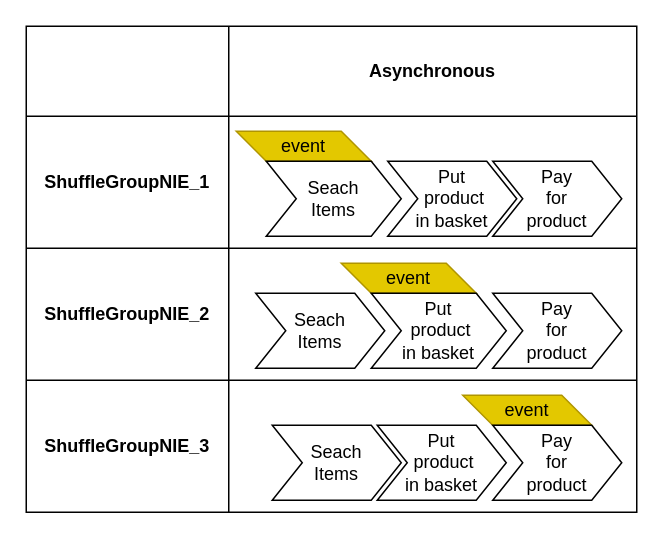
Before: page "NIE Shuffled" (9 of 12) of diagrams/Phased Article.drawio in baubakg/phased-test-demo, a draw.io diagram. Source tidied: cells renumbered, new cells numbered last; positions are measured from the earlier drawing's top-left corner, leaving out a move shared by most shapes. Both pictures are drawn from the tidied source at 150%, with x=0, y=0 at pixel (26, 26).
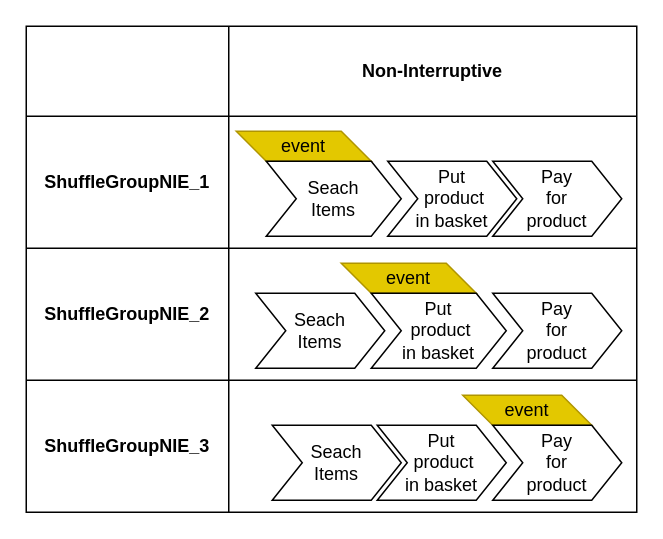
The same diagram, later.

The change refers to these unchanged cells:
```xml
<mxCell id="3" style="shape=partialRectangle;html=1;whiteSpace=wrap;fillColor=none;top=0;left=0;bottom=0;right=0;" parent="2" vertex="1">
  <mxGeometry width="407" height="60" as="geometry" />
</mxCell>
```

Change to the diagram source:
```diff
@@
-    <mxCell id="2" style="shape=table;html=1;whiteSpace=wrap;startSize=0;childLayout=tableLayout;" parent="1" vertex="1">
+    <mxCell id="2" style="shape=table;html=1;whiteSpace=wrap;startSize=0;childLayout=tableLayout;fillColor=none;" parent="1" vertex="1">
       <mxGeometry width="407" height="324" as="geometry" />
     </mxCell>
@@
-    <mxCell id="5" value="&lt;span style=&quot;font-weight: 700&quot;&gt;Asynchronous&lt;/span&gt;" style="shape=partialRectangle;html=1;whiteSpace=wrap;overflow=hidden;fillColor=none;top=0;left=0;bottom=0;right=0;" parent="3" vertex="1">
+    <mxCell id="5" value="&lt;span style=&quot;font-weight: 700&quot;&gt;Non-Interruptive&lt;/span&gt;" style="shape=partialRectangle;html=1;whiteSpace=wrap;overflow=hidden;fillColor=none;top=0;left=0;bottom=0;right=0;" parent="3" vertex="1">
       <mxGeometry x="135" width="272" height="60" as="geometry" />
     </mxCell>
```
